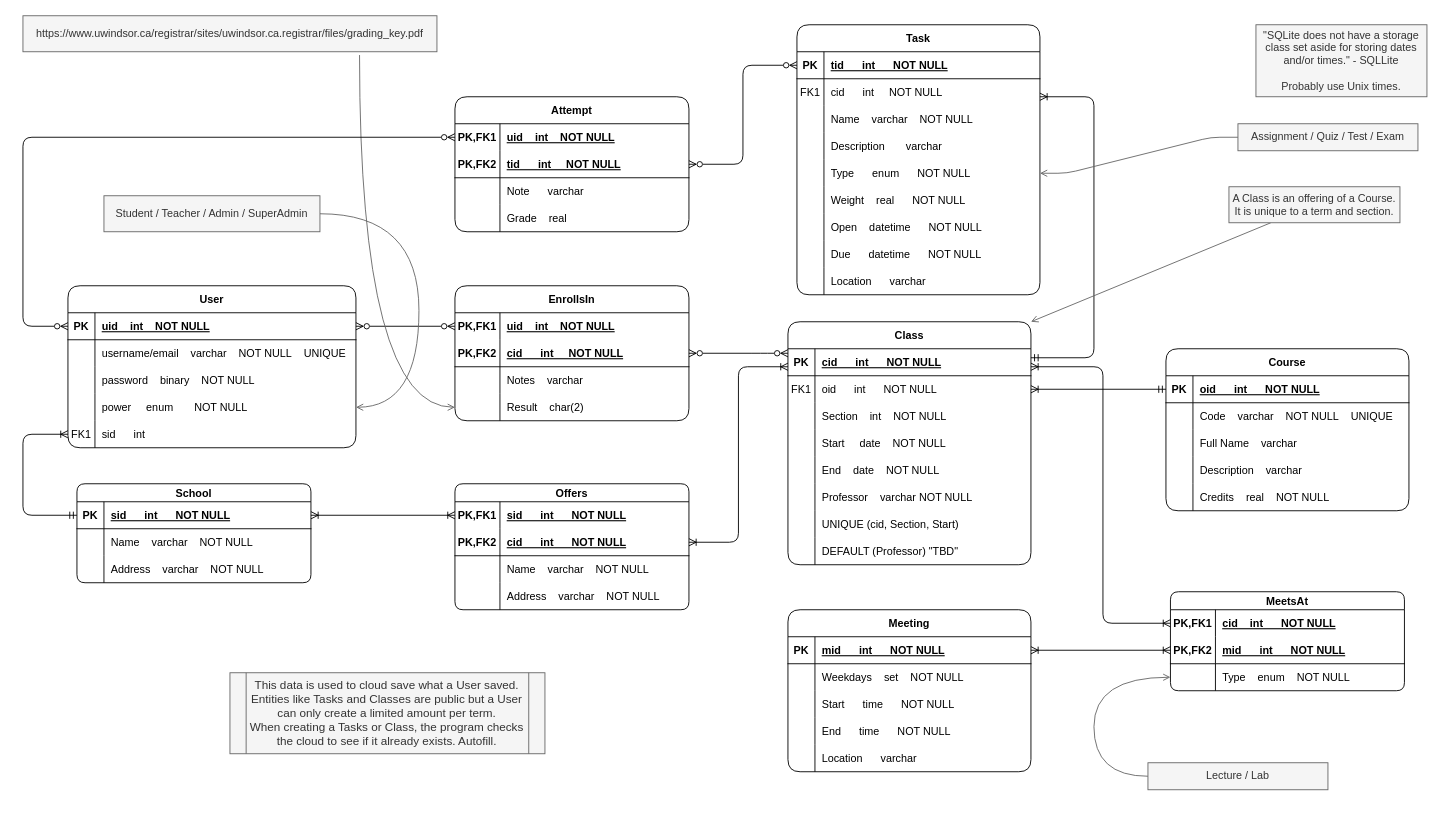
This is docs/ERD.drawio from FaceInCake/ThePrincipleApp, a draw.io file, before an edit. Source tidied: cells renumbered, new cells numbered last; positions are measured from the earlier drawing's top-left corner, leaving out a move shared by most shapes. Both pictures are drawn from the tidied source at 90%, with x=0, y=0 at pixel (22, 15).
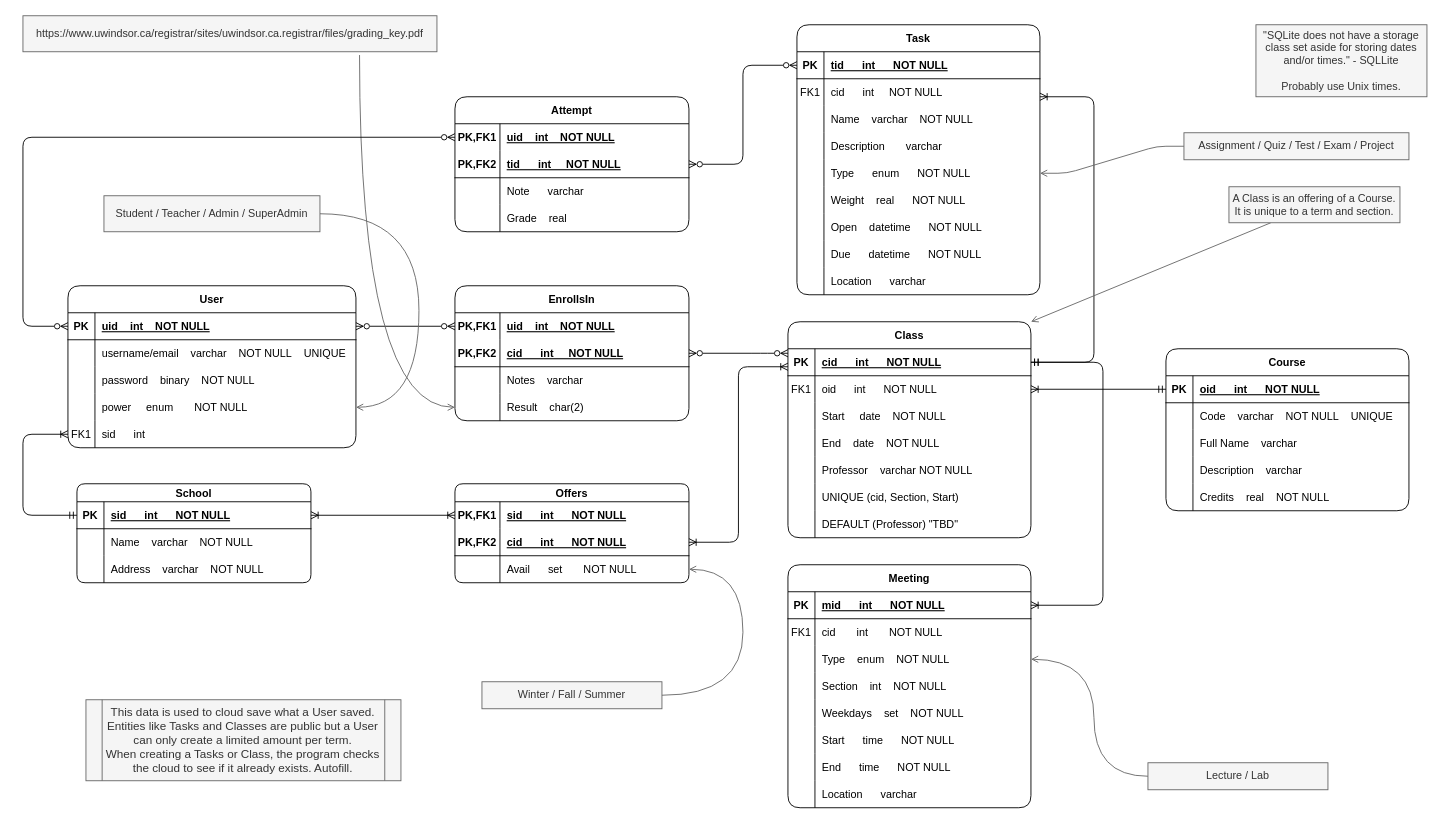
Above is the later version.

The change refers to these unchanged cells:
```xml
<mxCell id="3" style="shape=partialRectangle;fillColor=none;points=[[0,0.5],[1,0.5]];portConstraint=eastwest;top=0;left=0;right=0;bottom=1;rounded=1;" parent="2" vertex="1">
  <mxGeometry y="30" width="270" height="30" as="geometry" />
</mxCell>
<mxCell id="87" style="shape=partialRectangle;fillColor=none;points=[[0,0.5],[1,0.5]];portConstraint=eastwest;top=0;left=0;right=0;bottom=1;rounded=1;" parent="86" vertex="1">
  <mxGeometry y="30" width="270" height="30" as="geometry" />
</mxCell>
<mxCell id="121" style="shape=partialRectangle;fillColor=none;points=[[0,0.5],[1,0.5]];portConstraint=eastwest;top=0;left=0;right=0;bottom=0;rounded=1;" parent="114" vertex="1">
  <mxGeometry y="80" width="260" height="30" as="geometry" />
</mxCell>
<mxCell id="146" style="shape=partialRectangle;fillColor=none;points=[[0,0.5],[1,0.5]];portConstraint=eastwest;top=0;left=0;right=0;bottom=0;rounded=1;" parent="142" vertex="1">
  <mxGeometry y="60" width="270" height="30" as="geometry" />
</mxCell>
<mxCell id="175" value="Lecture / Lab" style="rounded=0;whiteSpace=wrap;html=1;fillColor=#f5f5f5;fontColor=#333333;strokeColor=#666666;" parent="1" vertex="1">
  <mxGeometry x="1250" y="830" width="200" height="30" as="geometry" />
</mxCell>
```

The edit, as a diff of the source:
```diff
@@
     <mxCell id="2" value="Class" style="shape=table;startSize=30;childLayout=tableLayout;rowLines=0;fontStyle=1;align=center;rounded=1;" parent="1" vertex="1">
-      <mxGeometry x="850" y="340" width="270" height="270" as="geometry" />
+      <mxGeometry x="850" y="340" width="270" height="240" as="geometry" />
     </mxCell>
@@
-    <mxCell id="9" style="shape=partialRectangle;fillColor=none;top=0;left=0;right=0;bottom=0;rounded=1;" parent="2" vertex="1">
-      <mxGeometry y="90" width="270" height="30" as="geometry" />
-    </mxCell>
-    <mxCell id="10" style="shape=partialRectangle;overflow=hidden;fillColor=none;top=0;left=0;bottom=0;right=0;rounded=1;" parent="9" vertex="1">
-      <mxGeometry width="30" height="30" as="geometry" />
-    </mxCell>
-    <mxCell id="11" value="Section    int    NOT NULL" style="shape=partialRectangle;overflow=hidden;fillColor=none;top=0;left=0;bottom=0;right=0;align=left;spacingLeft=6;rounded=1;" parent="9" vertex="1">
-      <mxGeometry x="30" width="240" height="30" as="geometry" />
-    </mxCell>
     <mxCell id="12" style="shape=partialRectangle;fillColor=none;top=0;left=0;right=0;bottom=0;rounded=1;" parent="2" vertex="1">
-      <mxGeometry y="120" width="270" height="30" as="geometry" />
+      <mxGeometry y="90" width="270" height="30" as="geometry" />
     </mxCell>
@@
     <mxCell id="15" style="shape=partialRectangle;fillColor=none;top=0;left=0;right=0;bottom=0;rounded=1;" parent="2" vertex="1">
-      <mxGeometry y="150" width="270" height="30" as="geometry" />
+      <mxGeometry y="120" width="270" height="30" as="geometry" />
     </mxCell>
@@
     <mxCell id="18" style="shape=partialRectangle;fillColor=none;top=0;left=0;right=0;bottom=0;rounded=1;" parent="2" vertex="1">
-      <mxGeometry y="180" width="270" height="30" as="geometry" />
+      <mxGeometry y="150" width="270" height="30" as="geometry" />
     </mxCell>
@@
     <mxCell id="21" style="shape=partialRectangle;fillColor=none;top=0;left=0;right=0;bottom=0;rounded=1;" parent="2" vertex="1">
-      <mxGeometry y="210" width="270" height="30" as="geometry" />
+      <mxGeometry y="180" width="270" height="30" as="geometry" />
     </mxCell>
@@
     <mxCell id="24" style="shape=partialRectangle;fillColor=none;top=0;left=0;right=0;bottom=0;rounded=1;" parent="2" vertex="1">
-      <mxGeometry y="240" width="270" height="30" as="geometry" />
+      <mxGeometry y="210" width="270" height="30" as="geometry" />
     </mxCell>
@@
     <mxCell id="86" value="Meeting" style="shape=table;startSize=30;childLayout=tableLayout;rowLines=0;fontStyle=1;align=center;rounded=1;" parent="1" vertex="1">
-      <mxGeometry x="850" y="660" width="270" height="180" as="geometry" />
+      <mxGeometry x="850" y="610" width="270" height="270" as="geometry" />
     </mxCell>
@@
+    <mxCell id="185" style="shape=partialRectangle;fillColor=none;top=0;left=0;right=0;bottom=0;rounded=1;" parent="86" vertex="1">
+      <mxGeometry y="60" width="270" height="30" as="geometry" />
+    </mxCell>
+    <mxCell id="186" value="FK1" style="shape=partialRectangle;overflow=hidden;fillColor=none;top=0;left=0;bottom=0;right=0;rounded=1;" parent="185" vertex="1">
+      <mxGeometry width="30" height="30" as="geometry" />
+    </mxCell>
+    <mxCell id="105" value="cid       int       NOT NULL" style="shape=partialRectangle;overflow=hidden;fillColor=none;top=0;left=0;bottom=0;right=0;align=left;spacingLeft=6;rounded=1;" parent="185" vertex="1">
+      <mxGeometry x="30" width="240" height="30" as="geometry" />
+    </mxCell>
+    <mxCell id="109" style="shape=partialRectangle;fillColor=none;points=[[0,0.5],[1,0.5]];portConstraint=eastwest;top=0;left=0;right=0;bottom=0;rounded=1;" parent="86" vertex="1">
+      <mxGeometry y="90" width="270" height="30" as="geometry" />
+    </mxCell>
+    <mxCell id="110" style="shape=partialRectangle;overflow=hidden;fillColor=none;top=0;left=0;bottom=0;right=0;rounded=1;" parent="109" vertex="1">
+      <mxGeometry width="30" height="30" as="geometry" />
+    </mxCell>
+    <mxCell id="111" value="Type    enum    NOT NULL" style="shape=partialRectangle;overflow=hidden;fillColor=none;top=0;left=0;bottom=0;right=0;align=left;spacingLeft=6;rounded=1;" parent="109" vertex="1">
+      <mxGeometry x="30" width="240" height="30" as="geometry" />
+    </mxCell>
+    <mxCell id="9" style="shape=partialRectangle;fillColor=none;top=0;left=0;right=0;bottom=0;rounded=1;" parent="86" vertex="1">
+      <mxGeometry y="120" width="270" height="30" as="geometry" />
+    </mxCell>
+    <mxCell id="10" style="shape=partialRectangle;overflow=hidden;fillColor=none;top=0;left=0;bottom=0;right=0;rounded=1;" parent="9" vertex="1">
+      <mxGeometry width="30" height="30" as="geometry" />
+    </mxCell>
+    <mxCell id="11" value="Section    int    NOT NULL" style="shape=partialRectangle;overflow=hidden;fillColor=none;top=0;left=0;bottom=0;right=0;align=left;spacingLeft=6;rounded=1;" parent="9" vertex="1">
+      <mxGeometry x="30" width="240" height="30" as="geometry" />
+    </mxCell>
     <mxCell id="90" style="shape=partialRectangle;fillColor=none;top=0;left=0;right=0;bottom=0;rounded=1;" parent="86" vertex="1">
-      <mxGeometry y="60" width="270" height="30" as="geometry" />
+      <mxGeometry y="150" width="270" height="30" as="geometry" />
     </mxCell>
@@
     <mxCell id="93" style="shape=partialRectangle;fillColor=none;top=0;left=0;right=0;bottom=0;rounded=1;" parent="86" vertex="1">
-      <mxGeometry y="90" width="270" height="30" as="geometry" />
+      <mxGeometry y="180" width="270" height="30" as="geometry" />
     </mxCell>
@@
     <mxCell id="96" style="shape=partialRectangle;fillColor=none;top=0;left=0;right=0;bottom=0;rounded=1;" parent="86" vertex="1">
-      <mxGeometry y="120" width="270" height="30" as="geometry" />
+      <mxGeometry y="210" width="270" height="30" as="geometry" />
     </mxCell>
@@
     <mxCell id="99" style="shape=partialRectangle;fillColor=none;top=0;left=0;right=0;bottom=0;rounded=1;" parent="86" vertex="1">
-      <mxGeometry y="150" width="270" height="30" as="geometry" />
+      <mxGeometry y="240" width="270" height="30" as="geometry" />
     </mxCell>
@@
-    <mxCell id="102" value="MeetsAt" style="shape=table;startSize=20;childLayout=tableLayout;rowLines=0;fontStyle=1;align=center;rounded=1;" parent="1" vertex="1">
-      <mxGeometry x="1275" y="640" width="260" height="110" as="geometry" />
-    </mxCell>
-    <mxCell id="103" style="shape=partialRectangle;fillColor=none;points=[[0,0.5],[1,0.5]];portConstraint=eastwest;top=0;left=0;right=0;bottom=0;rounded=1;" parent="102" vertex="1">
-      <mxGeometry y="20" width="260" height="30" as="geometry" />
-    </mxCell>
-    <mxCell id="104" value="PK,FK1" style="shape=partialRectangle;overflow=hidden;fillColor=none;top=0;left=0;bottom=0;right=0;fontStyle=1;rounded=1;" parent="103" vertex="1">
-      <mxGeometry width="50" height="30" as="geometry" />
-    </mxCell>
-    <mxCell id="105" value="cid    int      NOT NULL" style="shape=partialRectangle;overflow=hidden;fillColor=none;top=0;left=0;bottom=0;right=0;align=left;spacingLeft=6;fontStyle=5;rounded=1;" parent="103" vertex="1">
-      <mxGeometry x="50" width="210" height="30" as="geometry" />
-    </mxCell>
-    <mxCell id="106" style="shape=partialRectangle;fillColor=none;points=[[0,0.5],[1,0.5]];portConstraint=eastwest;top=0;left=0;right=0;bottom=1;rounded=1;" parent="102" vertex="1">
-      <mxGeometry y="50" width="260" height="30" as="geometry" />
-    </mxCell>
-    <mxCell id="107" value="PK,FK2" style="shape=partialRectangle;overflow=hidden;fillColor=none;top=0;left=0;bottom=0;right=0;fontStyle=1;rounded=1;" parent="106" vertex="1">
-      <mxGeometry width="50" height="30" as="geometry" />
-    </mxCell>
-    <mxCell id="108" value="mid      int      NOT NULL" style="shape=partialRectangle;overflow=hidden;fillColor=none;top=0;left=0;bottom=0;right=0;align=left;spacingLeft=6;fontStyle=5;rounded=1;" parent="106" vertex="1">
-      <mxGeometry x="50" width="210" height="30" as="geometry" />
-    </mxCell>
-    <mxCell id="109" style="shape=partialRectangle;fillColor=none;points=[[0,0.5],[1,0.5]];portConstraint=eastwest;top=0;left=0;right=0;bottom=0;rounded=1;" parent="102" vertex="1">
-      <mxGeometry y="80" width="260" height="30" as="geometry" />
-    </mxCell>
-    <mxCell id="110" style="shape=partialRectangle;overflow=hidden;fillColor=none;top=0;left=0;bottom=0;right=0;rounded=1;" parent="109" vertex="1">
-      <mxGeometry width="50" height="30" as="geometry" />
-    </mxCell>
-    <mxCell id="111" value="Type    enum    NOT NULL" style="shape=partialRectangle;overflow=hidden;fillColor=none;top=0;left=0;bottom=0;right=0;align=left;spacingLeft=6;rounded=1;" parent="109" vertex="1">
-      <mxGeometry x="50" width="210" height="30" as="geometry" />
-    </mxCell>
-    <mxCell id="112" style="edgeStyle=orthogonalEdgeStyle;rounded=1;jettySize=auto;html=1;startArrow=ERoneToMany;startFill=0;endArrow=ERoneToMany;endFill=0;" parent="1" edge="1" source="106" target="87">
-      <mxGeometry relative="1" as="geometry" />
-    </mxCell>
-    <mxCell id="113" style="edgeStyle=orthogonalEdgeStyle;rounded=1;jettySize=auto;html=1;startArrow=ERoneToMany;startFill=0;endArrow=ERoneToMany;endFill=0;" parent="1" edge="1" source="103" target="3">
+    <mxCell id="113" style="edgeStyle=orthogonalEdgeStyle;rounded=1;jettySize=auto;html=1;startArrow=ERoneToMany;startFill=0;endArrow=ERmandOne;endFill=0;" parent="1" edge="1" source="87" target="3">
       <mxGeometry relative="1" as="geometry">
         <Array as="points">
-          <mxPoint x="1200" y="675" />
-          <mxPoint x="1200" y="390" />
+          <mxPoint x="1200" y="655" />
+          <mxPoint x="1200" y="385" />
         </Array>
       </mxGeometry>
     </mxCell>
     <mxCell id="114" value="Offers" style="shape=table;startSize=20;childLayout=tableLayout;rowLines=0;fontStyle=1;align=center;rounded=1;" parent="1" vertex="1">
-      <mxGeometry x="480" y="520" width="260" height="140" as="geometry" />
+      <mxGeometry x="480" y="520" width="260" height="110" as="geometry" />
     </mxCell>
@@
-    <mxCell id="123" value="Name    varchar    NOT NULL" style="shape=partialRectangle;overflow=hidden;fillColor=none;top=0;left=0;bottom=0;right=0;align=left;spacingLeft=6;rounded=1;" parent="121" vertex="1">
+    <mxCell id="123" value="Avail      set       NOT NULL" style="shape=partialRectangle;overflow=hidden;fillColor=none;top=0;left=0;bottom=0;right=0;align=left;spacingLeft=6;rounded=1;" parent="121" vertex="1">
       <mxGeometry x="50" width="210" height="30" as="geometry" />
     </mxCell>
-    <mxCell id="124" style="shape=partialRectangle;fillColor=none;top=0;left=0;right=0;bottom=0;rounded=1;" parent="114" vertex="1">
-      <mxGeometry y="110" width="260" height="30" as="geometry" />
-    </mxCell>
-    <mxCell id="125" style="shape=partialRectangle;overflow=hidden;fillColor=none;top=0;left=0;bottom=0;right=0;rounded=1;" parent="124" vertex="1">
-      <mxGeometry width="50" height="30" as="geometry" />
-    </mxCell>
-    <mxCell id="126" value="Address    varchar    NOT NULL" style="shape=partialRectangle;overflow=hidden;fillColor=none;top=0;left=0;bottom=0;right=0;align=left;spacingLeft=6;rounded=1;" parent="124" vertex="1">
-      <mxGeometry x="50" width="210" height="30" as="geometry" />
-    </mxCell>
@@
     <mxCell id="170" style="edgeStyle=orthogonalEdgeStyle;rounded=1;jettySize=auto;html=1;startArrow=ERoneToMany;startFill=0;endArrow=ERmandOne;endFill=0;elbow=vertical;" parent="1" edge="1" source="146" target="3">
       <mxGeometry relative="1" as="geometry">
         <Array as="points">
           <mxPoint x="1190" y="90" />
-          <mxPoint x="1190" y="380" />
+          <mxPoint x="1190" y="385" />
         </Array>
       </mxGeometry>
     </mxCell>
@@
-    <mxCell id="173" value="Assignment / Quiz / Test / Exam" style="rounded=0;whiteSpace=wrap;html=1;fillColor=#f5f5f5;fontColor=#333333;strokeColor=#666666;" parent="1" vertex="1">
-      <mxGeometry x="1350" y="120" width="200" height="30" as="geometry" />
+    <mxCell id="173" value="Assignment / Quiz / Test / Exam / Project" style="rounded=0;whiteSpace=wrap;html=1;fillColor=#f5f5f5;fontColor=#333333;strokeColor=#666666;" parent="1" vertex="1">
+      <mxGeometry x="1290" y="130" width="250" height="30" as="geometry" />
     </mxCell>
-    <mxCell id="174" style="edgeStyle=orthogonalEdgeStyle;rounded=1;jettySize=auto;html=1;entryX=0;entryY=0.5;entryDx=0;entryDy=0;startArrow=none;startFill=0;endArrow=open;endFill=0;elbow=vertical;exitX=0;exitY=0.5;exitDx=0;exitDy=0;fillColor=#f5f5f5;strokeColor=#666666;curved=1;" parent="1" edge="1" source="175" target="109">
+    <mxCell id="174" style="edgeStyle=orthogonalEdgeStyle;rounded=1;jettySize=auto;html=1;startArrow=none;startFill=0;endArrow=open;endFill=0;elbow=vertical;exitX=0;exitY=0.5;exitDx=0;exitDy=0;fillColor=#f5f5f5;strokeColor=#666666;curved=1;" parent="1" edge="1" source="175" target="109">
       <mxGeometry relative="1" as="geometry">
         <Array as="points">
           <mxPoint x="1190" y="845" />
-          <mxPoint x="1190" y="735" />
+          <mxPoint x="1190" y="715" />
         </Array>
       </mxGeometry>
     </mxCell>
@@
     <mxCell id="184" value="&lt;span&gt;This data is used to cloud save what a User saved.&lt;/span&gt;&lt;br&gt;&lt;span&gt;Entities like Tasks and Classes are public but a User can only create a limited amount per term.&lt;/span&gt;&lt;br&gt;&lt;span&gt;When creating a Tasks or Class, the program checks the cloud to see if it already exists. Autofill.&lt;/span&gt;" style="shape=process;whiteSpace=wrap;html=1;backgroundOutline=1;fontSize=13;fillColor=#f5f5f5;fontColor=#333333;strokeColor=#666666;rounded=0;size=0.05263157894736842;" parent="1" vertex="1">
-      <mxGeometry x="230" y="730" width="350" height="90" as="geometry" />
+      <mxGeometry x="70" y="760" width="350" height="90" as="geometry" />
     </mxCell>
+    <mxCell id="187" value="Winter / Fall / Summer" style="rounded=0;whiteSpace=wrap;html=1;fillColor=#f5f5f5;fontColor=#333333;strokeColor=#666666;" parent="1" vertex="1">
+      <mxGeometry x="510" y="740" width="200" height="30" as="geometry" />
+    </mxCell>
+    <mxCell id="188" style="edgeStyle=orthogonalEdgeStyle;rounded=1;jettySize=auto;html=1;startArrow=none;startFill=0;endArrow=open;endFill=0;elbow=vertical;fillColor=#f5f5f5;strokeColor=#666666;curved=1;exitX=1;exitY=0.5;exitDx=0;exitDy=0;entryX=1;entryY=0.5;entryDx=0;entryDy=0;" parent="1" edge="1" source="187" target="121">
+      <mxGeometry relative="1" as="geometry">
+        <Array as="points">
+          <mxPoint x="800" y="755" />
+          <mxPoint x="800" y="615" />
+        </Array>
+      </mxGeometry>
+    </mxCell>
```
